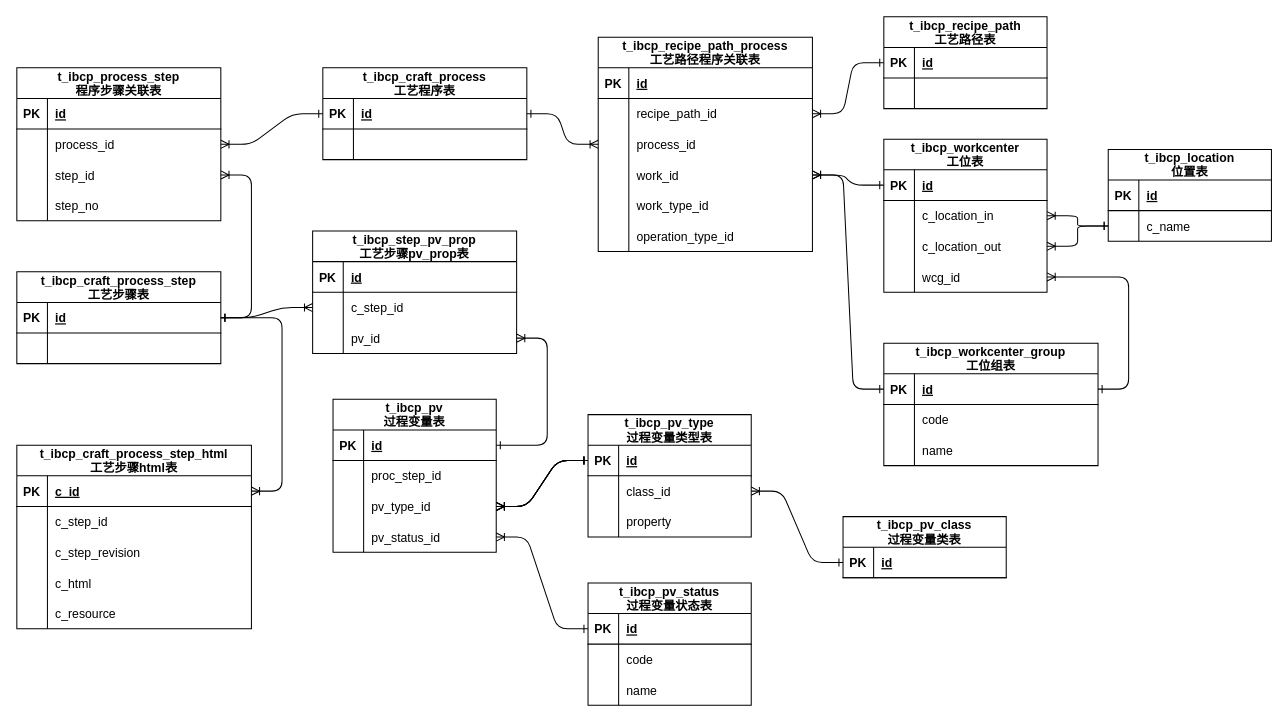
Earlier version of the draw.io diagram page "步骤,pv,程序,工位,路径配置" (3 of 11) of mes/db.drawio (FreshCabbage666/drawio). Source tidied: cells renumbered, new cells numbered last; positions are measured from the earlier drawing's top-left corner, leaving out a move shared by most shapes. Both pictures are drawn from the tidied source at 102%, with x=0, y=0 at pixel (16, 16).
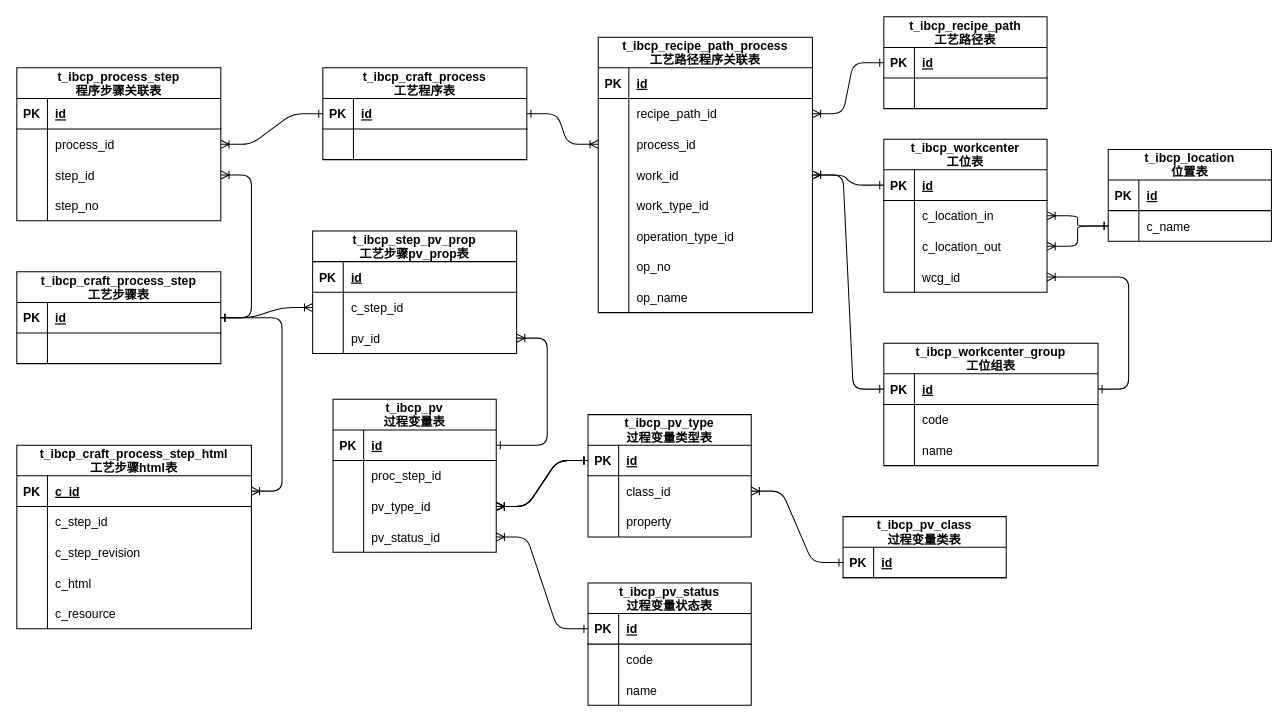
Above is the later version.

Diff of the diagram source:
```diff
@@
     <mxCell id="77" value="t_ibcp_recipe_path_process&#10;工艺路径程序关联表" style="shape=table;startSize=30;childLayout=tableLayout;rowLines=0;fontStyle=1;align=center;" parent="1" vertex="1">
-      <mxGeometry x="570" y="20" width="210" height="210" as="geometry" />
+      <mxGeometry x="570" y="20" width="210" height="270" as="geometry" />
     </mxCell>
@@
+    <mxCell id="166" style="shape=partialRectangle;fillColor=none;top=0;left=0;right=0;bottom=0;" parent="77" vertex="1">
+      <mxGeometry y="210" width="210" height="30" as="geometry" />
+    </mxCell>
+    <mxCell id="167" style="shape=partialRectangle;overflow=hidden;fillColor=none;top=0;left=0;bottom=0;right=0;" parent="166" vertex="1">
+      <mxGeometry width="30" height="30" as="geometry" />
+    </mxCell>
+    <mxCell id="168" value="op_no" style="shape=partialRectangle;overflow=hidden;fillColor=none;top=0;left=0;bottom=0;right=0;align=left;spacingLeft=6;" parent="166" vertex="1">
+      <mxGeometry x="30" width="180" height="30" as="geometry" />
+    </mxCell>
+    <mxCell id="169" style="shape=partialRectangle;fillColor=none;top=0;left=0;right=0;bottom=0;" parent="77" vertex="1">
+      <mxGeometry y="240" width="210" height="30" as="geometry" />
+    </mxCell>
+    <mxCell id="170" style="shape=partialRectangle;overflow=hidden;fillColor=none;top=0;left=0;bottom=0;right=0;" parent="169" vertex="1">
+      <mxGeometry width="30" height="30" as="geometry" />
+    </mxCell>
+    <mxCell id="171" value="op_name" style="shape=partialRectangle;overflow=hidden;fillColor=none;top=0;left=0;bottom=0;right=0;align=left;spacingLeft=6;" parent="169" vertex="1">
+      <mxGeometry x="30" width="180" height="30" as="geometry" />
+    </mxCell>
```
